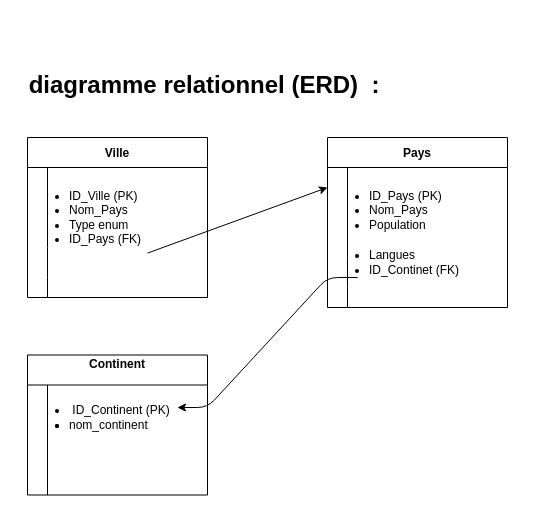
Earlier version of the draw.io diagram page "Page-2" (2 of 2) of diagramme.drawio (Hamza177-bas/Educational-website). Source tidied: cells renumbered, new cells numbered last; positions are measured from the earlier drawing's top-left corner, leaving out a move shared by most shapes. Both pictures are drawn from the tidied source at 100%, with x=0, y=0 at pixel (17, 17).
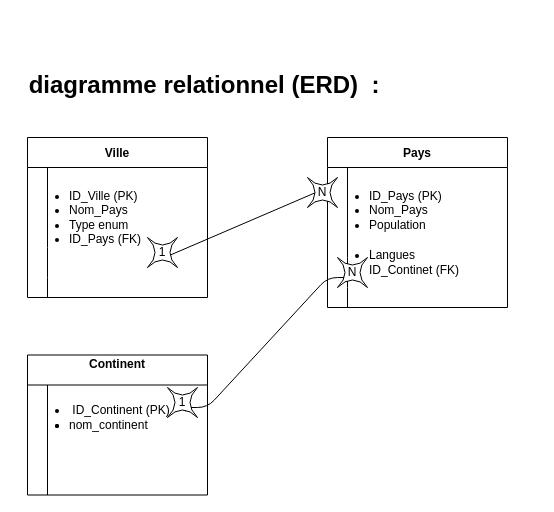
Above is the later version.

Commit message:
modifed to  diagramme relationnel (ERD)

Unchanged cells that the change refers to:
```xml
<mxCell id="13" value="&lt;ul&gt;&lt;li&gt;&lt;span style=&quot;background-color: initial;&quot;&gt;ID_Ville (PK)&amp;nbsp;&lt;/span&gt;&lt;/li&gt;&lt;li&gt;&lt;span style=&quot;text-align: center; background-color: initial;&quot;&gt;Nom_Pays&lt;/span&gt;&lt;br&gt;&lt;/li&gt;&lt;li&gt;&lt;span style=&quot;text-align: center;&quot;&gt;Type enum&lt;/span&gt;&lt;/li&gt;&lt;li&gt;&lt;span style=&quot;background-color: initial;&quot;&gt;&lt;span style=&quot;text-align: center;&quot;&gt;ID_Pays (FK)&lt;/span&gt;&lt;/span&gt;&lt;/li&gt;&lt;/ul&gt;" style="text;strokeColor=none;fillColor=none;html=1;whiteSpace=wrap;verticalAlign=middle;overflow=hidden;" parent="1" vertex="1">
  <mxGeometry x="10" width="160" height="400" as="geometry" />
</mxCell>
```

Change to the diagram source:
```diff
@@
-    <mxCell id="35" style="edgeStyle=none;html=1;exitX=0.75;exitY=0.589;exitDx=0;exitDy=0;exitPerimeter=0;" parent="1" edge="1" source="13">
+    <mxCell id="35" style="edgeStyle=none;html=1;exitX=0.75;exitY=0.589;exitDx=0;exitDy=0;exitPerimeter=0;startArrow=none;" parent="1" edge="1" source="38">
       <mxGeometry relative="1" as="geometry">
         <mxPoint x="310" y="170" as="targetPoint" />
       </mxGeometry>
     </mxCell>
+    <mxCell id="36" value="N" style="shape=switch;whiteSpace=wrap;html=1;" parent="1" vertex="1">
+      <mxGeometry x="290" y="160" width="30" height="30" as="geometry" />
+    </mxCell>
+    <mxCell id="37" style="edgeStyle=none;html=1;exitX=0.75;exitY=0.589;exitDx=0;exitDy=0;exitPerimeter=0;endArrow=none;" parent="1" edge="1" source="13" target="38">
+      <mxGeometry relative="1" as="geometry" />
+    </mxCell>
+    <mxCell id="38" value="1" style="shape=switch;whiteSpace=wrap;html=1;" parent="1" vertex="1">
+      <mxGeometry x="130" y="220" width="30" height="30" as="geometry" />
+    </mxCell>
+    <mxCell id="39" value="N" style="shape=switch;whiteSpace=wrap;html=1;" parent="1" vertex="1">
+      <mxGeometry x="320" y="240" width="30" height="30" as="geometry" />
+    </mxCell>
+    <mxCell id="40" value="1" style="shape=switch;whiteSpace=wrap;html=1;" parent="1" vertex="1">
+      <mxGeometry x="150" y="370" width="30" height="30" as="geometry" />
+    </mxCell>
```
